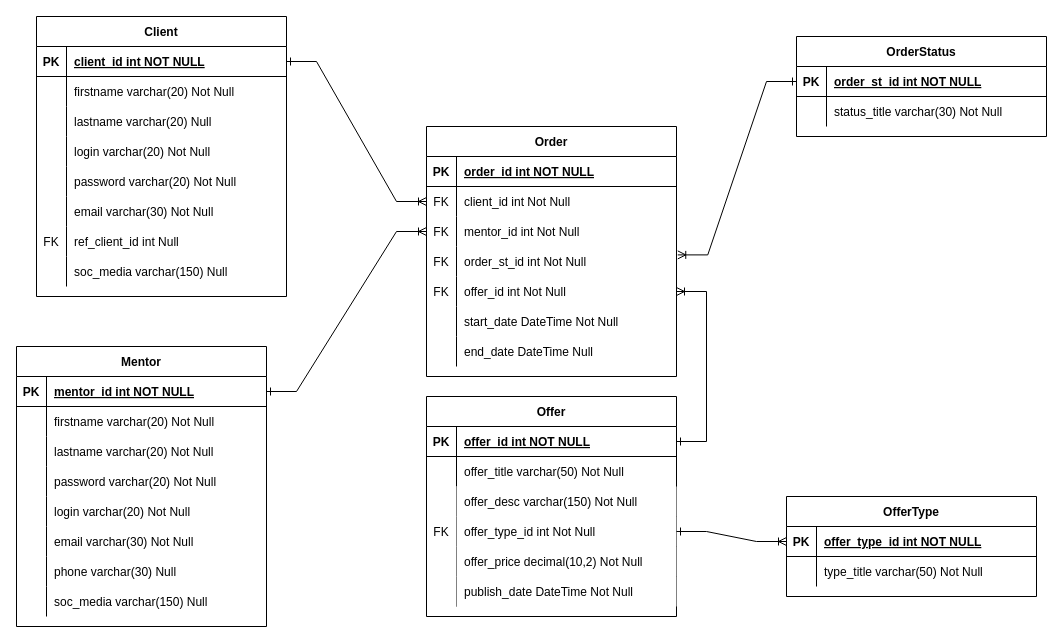
Earlier version of the draw.io diagram Database/Shoddy Works diagramm.drawio (Makk1aud/Shoddy-Works). Source tidied: cells renumbered, new cells numbered last; positions are measured from the earlier drawing's top-left corner, leaving out a move shared by most shapes. Both pictures are drawn from the tidied source at 100%, with x=0, y=0 at pixel (16, 16).
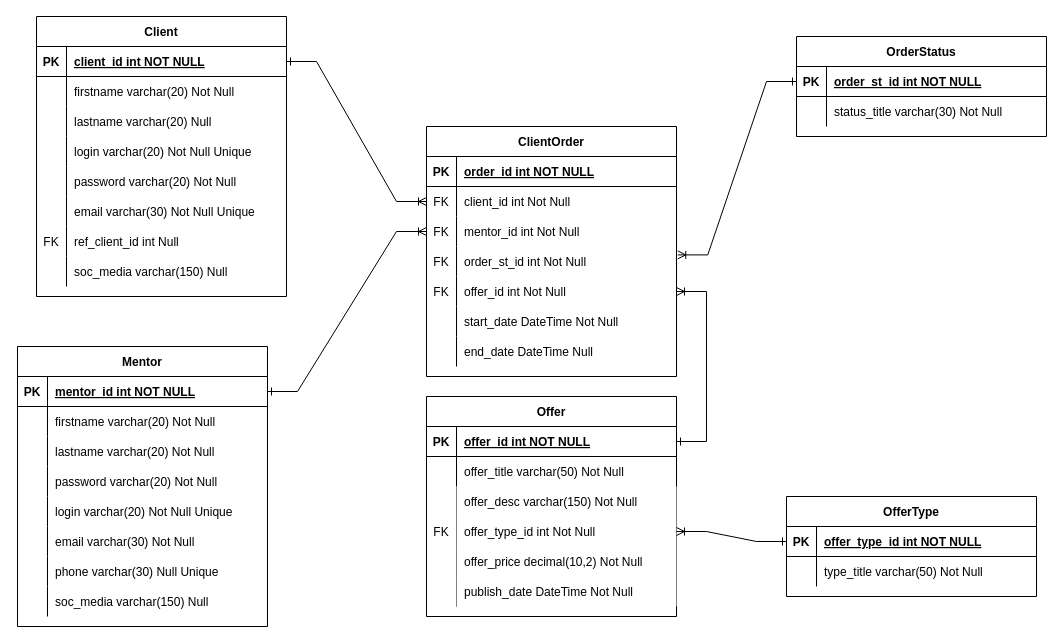
Above is the later version.

The change refers to these unchanged cells:
```xml
<mxCell id="17" style="shape=partialRectangle;fillColor=none;points=[[0,0.5],[1,0.5]];portConstraint=eastwest;top=0;left=0;right=0;bottom=0;labelBackgroundColor=none;rounded=0;" parent="4" vertex="1">
  <mxGeometry y="150" width="250" height="30" as="geometry" />
</mxCell>
<mxCell id="43" style="shape=partialRectangle;fillColor=none;top=0;left=0;right=0;bottom=0;labelBackgroundColor=none;rounded=0;" parent="33" vertex="1">
  <mxGeometry y="120" width="250" height="30" as="geometry" />
</mxCell>
<mxCell id="49" style="shape=partialRectangle;fillColor=none;top=0;left=0;right=0;bottom=0;labelBackgroundColor=none;rounded=0;" parent="33" vertex="1">
  <mxGeometry y="180" width="250" height="30" as="geometry" />
</mxCell>
<mxCell id="71" style="shape=partialRectangle;fillColor=none;top=0;left=0;right=0;bottom=0;labelBackgroundColor=none;rounded=0;" parent="58" vertex="1">
  <mxGeometry y="150" width="250" height="30" as="geometry" />
</mxCell>
<mxCell id="74" style="shape=partialRectangle;fillColor=none;top=0;left=0;right=0;bottom=0;labelBackgroundColor=none;rounded=0;" parent="58" vertex="1">
  <mxGeometry y="180" width="250" height="30" as="geometry" />
</mxCell>
<mxCell id="77" style="shape=partialRectangle;fillColor=none;top=0;left=0;right=0;bottom=0;labelBackgroundColor=none;rounded=0;" parent="58" vertex="1">
  <mxGeometry y="210" width="250" height="30" as="geometry" />
</mxCell>
<mxCell id="84" style="shape=partialRectangle;fillColor=none;points=[[0,0.5],[1,0.5]];portConstraint=eastwest;top=0;left=0;right=0;bottom=1;labelBackgroundColor=none;rounded=0;" parent="83" vertex="1">
  <mxGeometry y="30" width="250" height="30" as="geometry" />
</mxCell>
<mxCell id="93" style="shape=partialRectangle;fillColor=none;points=[[0,0.5],[1,0.5]];portConstraint=eastwest;top=0;left=0;right=0;bottom=0;labelBackgroundColor=none;rounded=0;" parent="83" vertex="1">
  <mxGeometry y="120" width="250" height="30" as="geometry" />
</mxCell>
<mxCell id="103" style="shape=partialRectangle;fillColor=none;points=[[0,0.5],[1,0.5]];portConstraint=eastwest;top=0;left=0;right=0;bottom=1;labelBackgroundColor=none;rounded=0;" parent="102" vertex="1">
  <mxGeometry y="30" width="250" height="30" as="geometry" />
</mxCell>
```

Diff of the diagram source:
```diff
@@
-    <mxCell id="4" value="Order" style="shape=table;startSize=30;childLayout=tableLayout;rowLines=0;fontStyle=1;align=center;labelBackgroundColor=none;rounded=0;" parent="1" vertex="1">
+    <mxCell id="4" value="ClientOrder" style="shape=table;startSize=30;childLayout=tableLayout;rowLines=0;fontStyle=1;align=center;labelBackgroundColor=none;rounded=0;" parent="1" vertex="1">
       <mxGeometry x="410" y="110" width="250" height="250" as="geometry" />
     </mxCell>
@@
-    <mxCell id="45" value="login varchar(20) Not Null" style="shape=partialRectangle;overflow=hidden;fillColor=none;top=0;left=0;bottom=0;right=0;align=left;spacingLeft=6;labelBackgroundColor=none;rounded=0;" parent="43" vertex="1">
+    <mxCell id="45" value="login varchar(20) Not Null Unique" style="shape=partialRectangle;overflow=hidden;fillColor=none;top=0;left=0;bottom=0;right=0;align=left;spacingLeft=6;labelBackgroundColor=none;rounded=0;" parent="43" vertex="1">
       <mxGeometry x="30" width="220" height="30" as="geometry" />
     </mxCell>
@@
-    <mxCell id="51" value="email varchar(30) Not Null" style="shape=partialRectangle;overflow=hidden;fillColor=none;top=0;left=0;bottom=0;right=0;align=left;spacingLeft=6;labelBackgroundColor=none;rounded=0;" parent="49" vertex="1">
+    <mxCell id="51" value="email varchar(30) Not Null Unique" style="shape=partialRectangle;overflow=hidden;fillColor=none;top=0;left=0;bottom=0;right=0;align=left;spacingLeft=6;labelBackgroundColor=none;rounded=0;" parent="49" vertex="1">
       <mxGeometry x="30" width="220" height="30" as="geometry" />
     </mxCell>
@@
     <mxCell id="58" value="Mentor" style="shape=table;startSize=30;childLayout=tableLayout;rowLines=0;fontStyle=1;align=center;labelBackgroundColor=none;rounded=0;" parent="1" vertex="1">
-      <mxGeometry y="330" width="250" height="280" as="geometry" />
+      <mxGeometry x="1" y="330" width="250" height="280" as="geometry" />
     </mxCell>
@@
-    <mxCell id="73" value="login varchar(20) Not Null" style="shape=partialRectangle;overflow=hidden;fillColor=none;top=0;left=0;bottom=0;right=0;align=left;spacingLeft=6;labelBackgroundColor=none;rounded=0;" parent="71" vertex="1">
+    <mxCell id="73" value="login varchar(20) Not Null Unique" style="shape=partialRectangle;overflow=hidden;fillColor=none;top=0;left=0;bottom=0;right=0;align=left;spacingLeft=6;labelBackgroundColor=none;rounded=0;" parent="71" vertex="1">
       <mxGeometry x="30" width="220" height="30" as="geometry" />
     </mxCell>
@@
-    <mxCell id="76" value="email varchar(30) Not Null" style="shape=partialRectangle;overflow=hidden;fillColor=none;top=0;left=0;bottom=0;right=0;align=left;spacingLeft=6;labelBackgroundColor=none;rounded=0;" parent="74" vertex="1">
+    <mxCell id="76" value="email varchar(30) Not Null " style="shape=partialRectangle;overflow=hidden;fillColor=none;top=0;left=0;bottom=0;right=0;align=left;spacingLeft=6;labelBackgroundColor=none;rounded=0;" parent="74" vertex="1">
       <mxGeometry x="30" width="220" height="30" as="geometry" />
     </mxCell>
@@
-    <mxCell id="79" value="phone varchar(30) Null" style="shape=partialRectangle;overflow=hidden;fillColor=none;top=0;left=0;bottom=0;right=0;align=left;spacingLeft=6;labelBackgroundColor=none;rounded=0;" parent="77" vertex="1">
+    <mxCell id="79" value="phone varchar(30) Null Unique" style="shape=partialRectangle;overflow=hidden;fillColor=none;top=0;left=0;bottom=0;right=0;align=left;spacingLeft=6;labelBackgroundColor=none;rounded=0;" parent="77" vertex="1">
       <mxGeometry x="30" width="220" height="30" as="geometry" />
     </mxCell>
@@
+    <mxCell id="111" style="edgeStyle=entityRelationEdgeStyle;endArrow=ERoneToMany;startArrow=ERone;endFill=0;startFill=0;exitX=1;exitY=0.5;exitDx=0;exitDy=0;entryX=1;entryY=0.5;entryDx=0;entryDy=0;labelBackgroundColor=none;fontColor=default;rounded=0;" parent="1" edge="1" source="84" target="17">
+      <mxGeometry relative="1" as="geometry" />
+    </mxCell>
-    <mxCell id="110" style="edgeStyle=entityRelationEdgeStyle;endArrow=ERoneToMany;startArrow=ERone;endFill=0;startFill=0;entryX=0;entryY=0.5;entryDx=0;entryDy=0;exitX=1;exitY=0.5;exitDx=0;exitDy=0;labelBackgroundColor=none;fontColor=default;rounded=0;" parent="1" edge="1" source="93" target="103">
+    <mxCell id="110" style="edgeStyle=entityRelationEdgeStyle;endArrow=ERoneToMany;startArrow=ERone;endFill=0;startFill=0;entryX=1;entryY=0.5;entryDx=0;entryDy=0;exitX=0;exitY=0.5;exitDx=0;exitDy=0;labelBackgroundColor=none;fontColor=default;rounded=0;" parent="1" edge="1" source="103" target="93">
       <mxGeometry relative="1" as="geometry" />
     </mxCell>
-    <mxCell id="111" style="edgeStyle=entityRelationEdgeStyle;endArrow=ERoneToMany;startArrow=ERone;endFill=0;startFill=0;exitX=1;exitY=0.5;exitDx=0;exitDy=0;entryX=1;entryY=0.5;entryDx=0;entryDy=0;labelBackgroundColor=none;fontColor=default;rounded=0;" parent="1" edge="1" source="84" target="17">
-      <mxGeometry relative="1" as="geometry" />
-    </mxCell>
```
